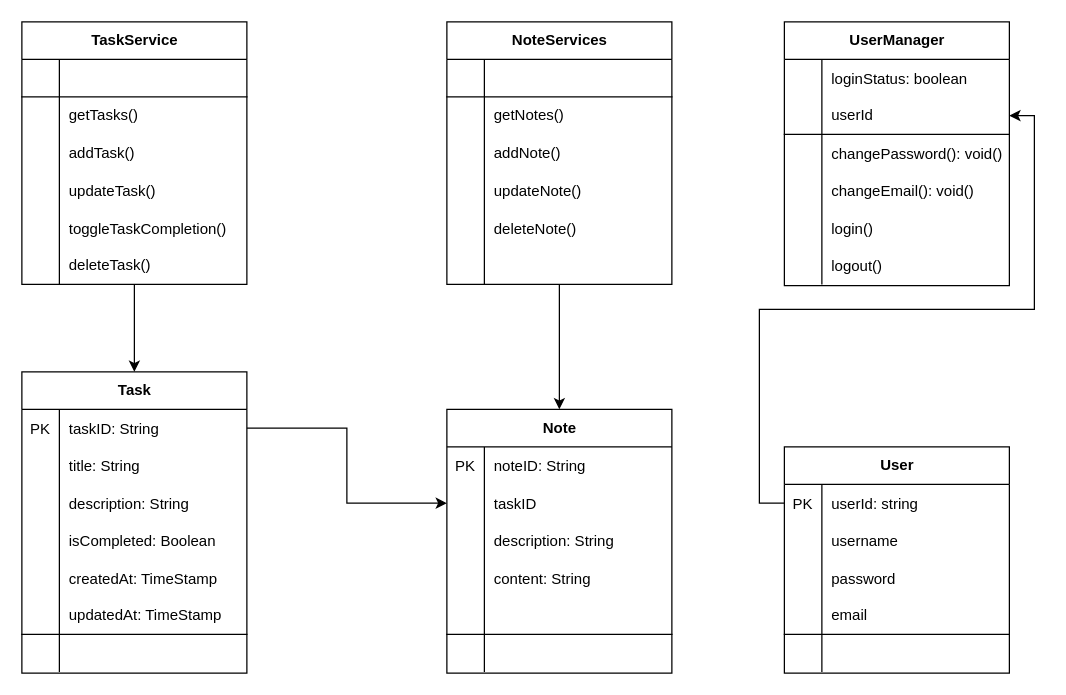
This is img/TaskManager.drawio from ngnhonk/Flutter-Nhom-02, a draw.io file, before an edit. Source tidied: cells renumbered, new cells numbered last; positions are measured from the earlier drawing's top-left corner, leaving out a move shared by most shapes. Both pictures are drawn from the tidied source at 125%, with x=0, y=0 at pixel (21, 21).
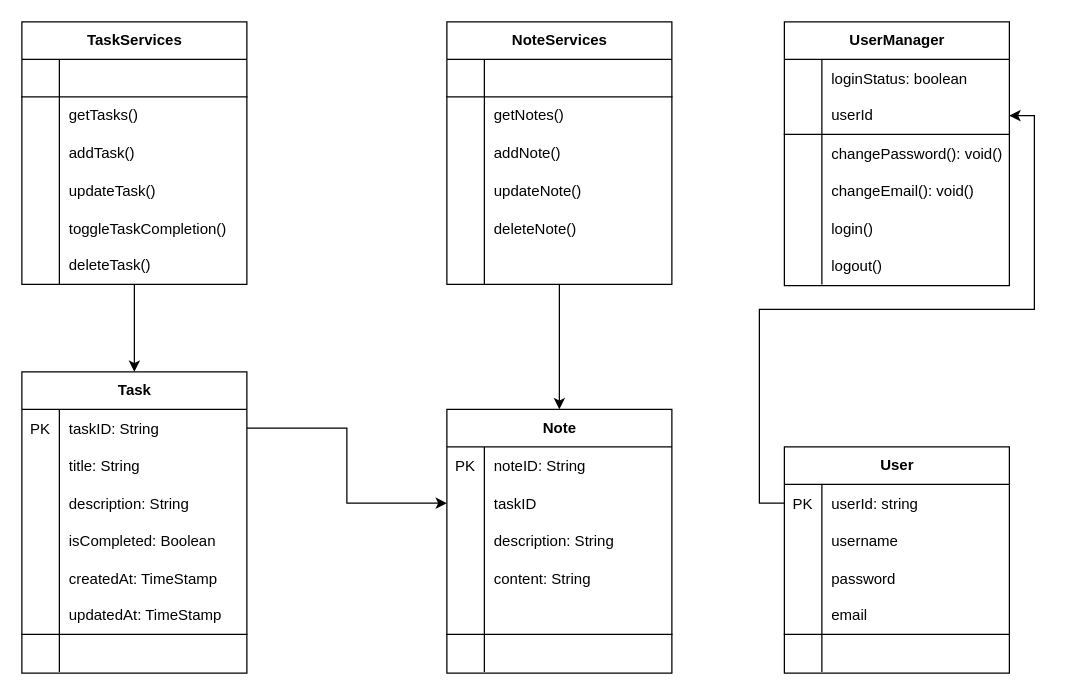
Above is the later version.

The edit, as a diff of the source:
```diff
@@
-    <mxCell id="45" value="TaskService" style="shape=table;startSize=30;childLayout=tableLayout;rowLines=0;fontStyle=1;align=center;html=1;" parent="1" vertex="1">
+    <mxCell id="45" value="TaskServices" style="shape=table;startSize=30;childLayout=tableLayout;rowLines=0;fontStyle=1;align=center;html=1;" parent="1" vertex="1">
       <mxGeometry width="180" height="210" as="geometry" />
     </mxCell>
```
